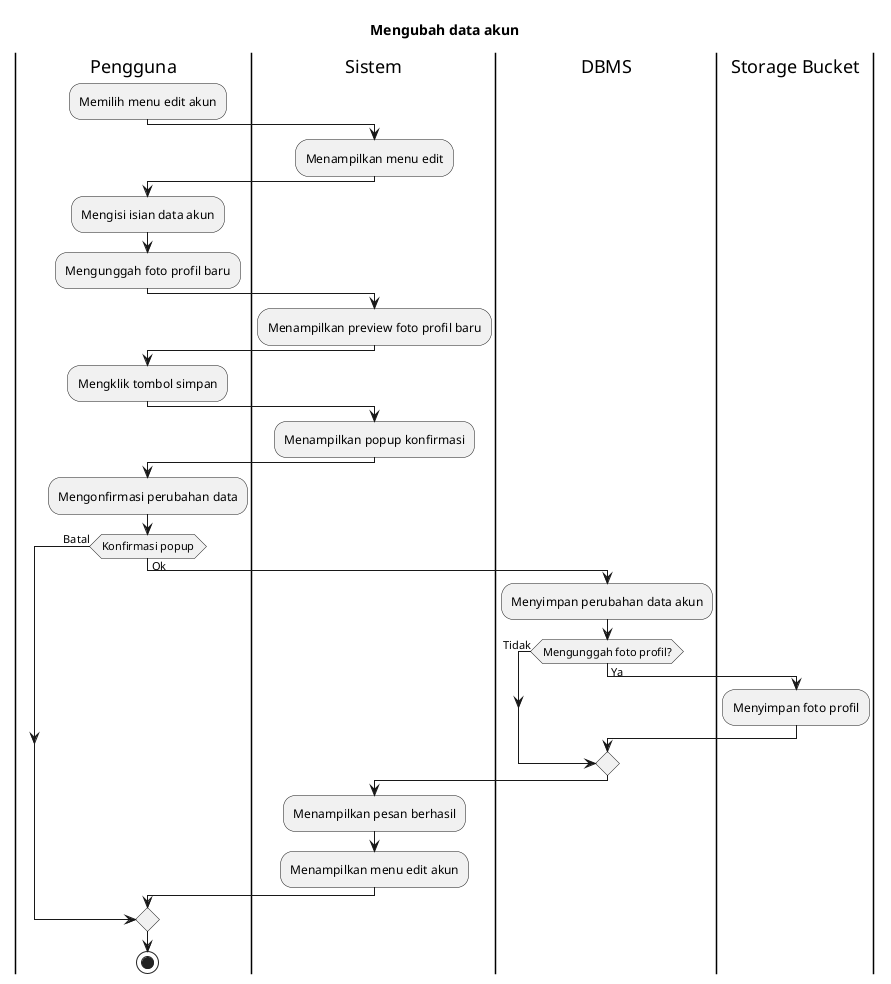
Earlier version of the PlantUML export export/Activity Diagrams/UC-MGACCOUNT - Manajemen Akun/UC-MGACCOUNT-001 - Mengubah data akun.png (bagusNA/appl-diagrams).
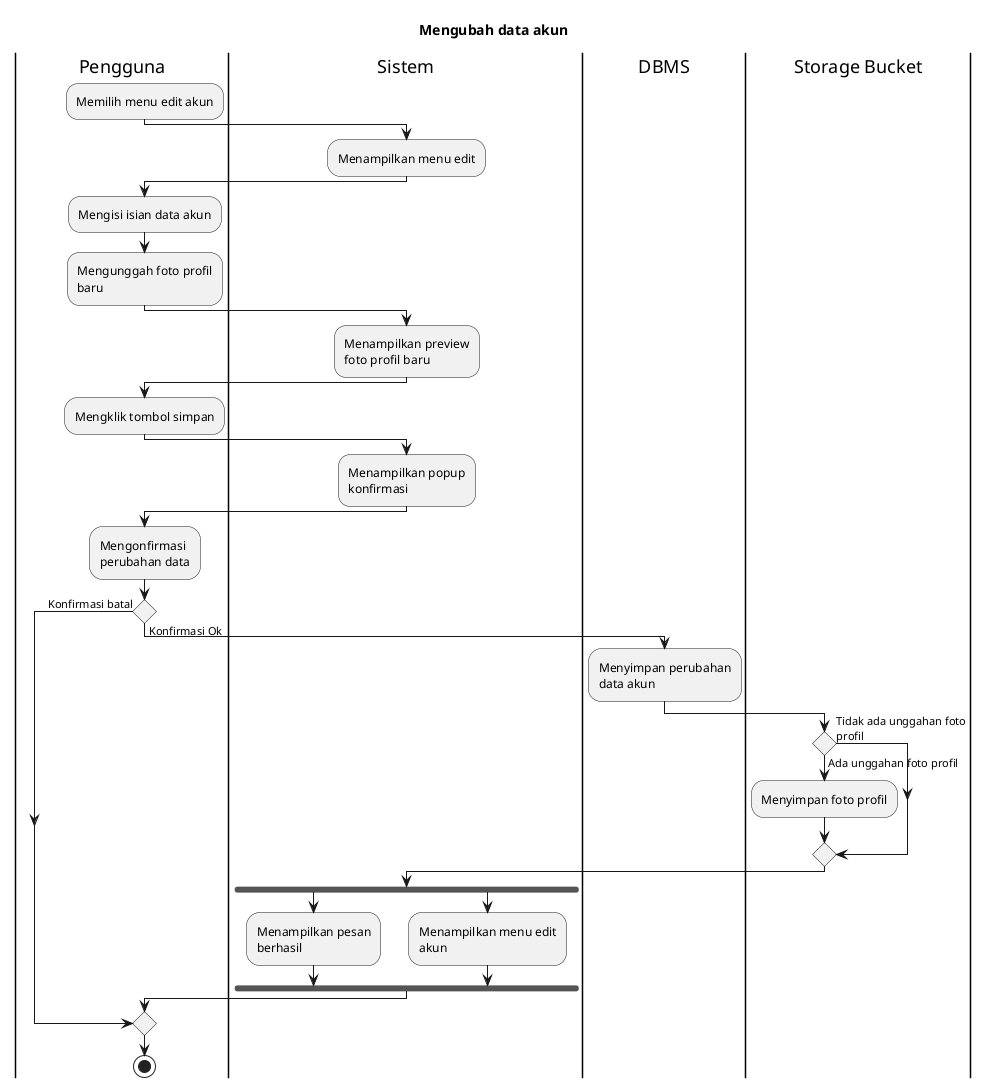
Later version of the same file.

Diff of the diagram source:
```diff
@@ -1,4 +1,6 @@
 @startuml
+skinparam wrapWidth 140
+
 title Mengubah data akun
 
 |Pengguna|
@@ -23,20 +25,23 @@
 |Pengguna|
 :Mengonfirmasi perubahan data;
 
-if (Konfirmasi popup) then (Batal)
-else (Ok)
+if () then (Konfirmasi batal)
+else (Konfirmasi Ok)
   |DBMS|
   :Menyimpan perubahan data akun;
 
-  if (Mengunggah foto profil?) then (Tidak)
-  else (Ya)
-    |Storage Bucket|
+  |Storage Bucket|
+  if () then (Tidak ada unggahan foto profil)
+  else (Ada unggahan foto profil)
     :Menyimpan foto profil;
   endif
 
   |Sistem|
-  :Menampilkan pesan berhasil;
-  :Menampilkan menu edit akun;
+  fork
+    :Menampilkan pesan berhasil;
+  fork again
+    :Menampilkan menu edit akun;
+  endfork
 endif
 
 |Pengguna|
```
